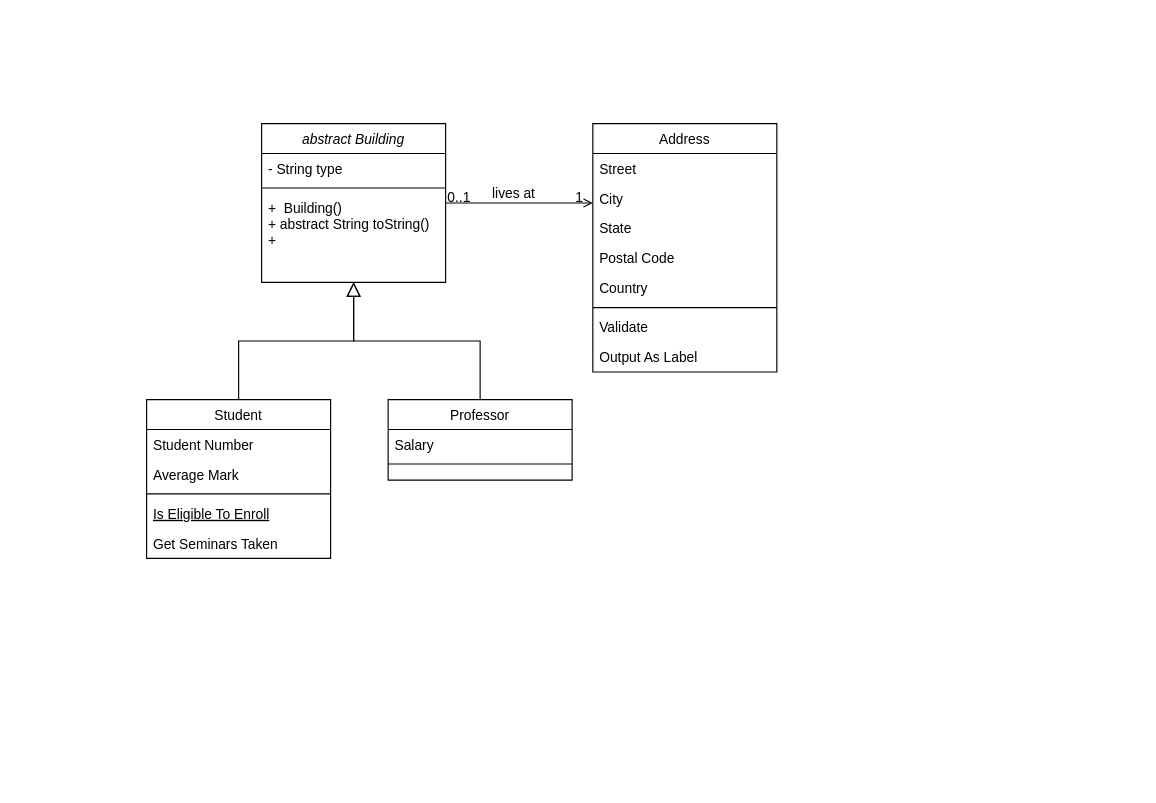
This is APT.drawio from Srujan560/temo, a draw.io file, before an edit. Source tidied: cells renumbered, new cells numbered last; positions are measured from the earlier drawing's top-left corner, leaving out a move shared by most shapes. Both pictures are drawn from the tidied source at 115%, with x=0, y=0 at pixel (146, 123).
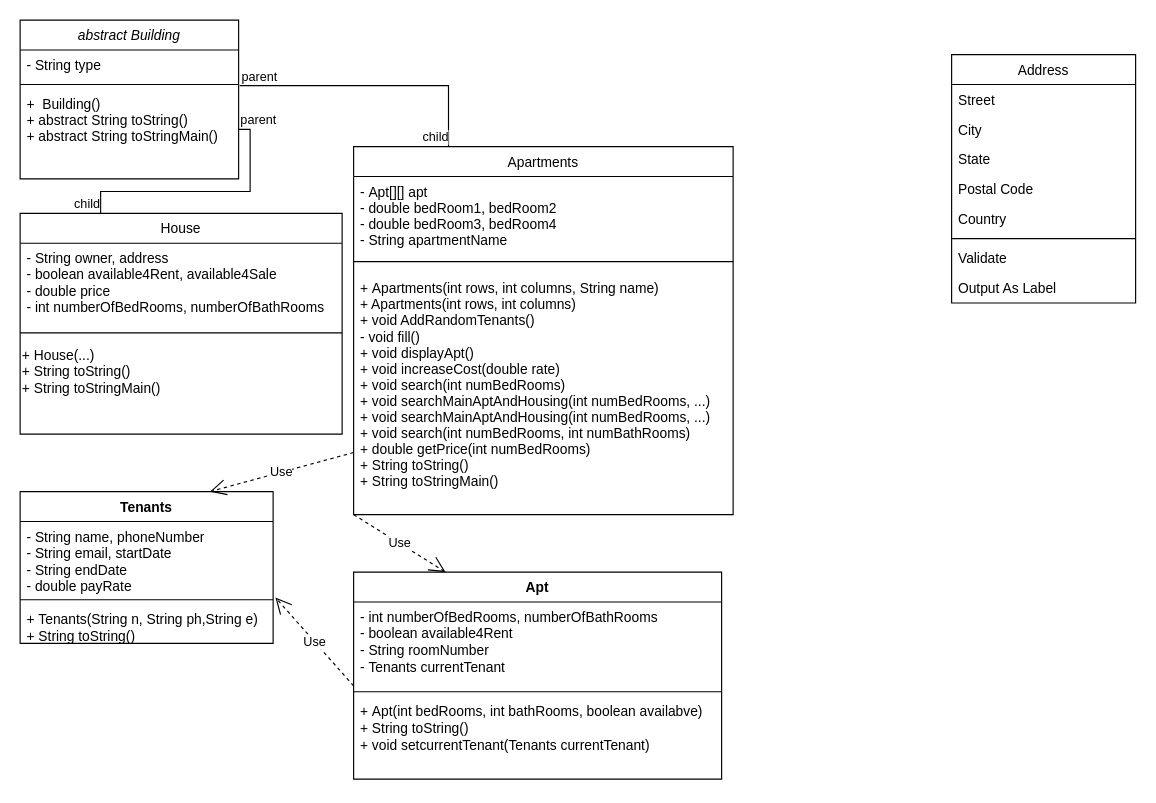
Above is the later version.

What changed in the source:
```diff
@@
     <mxCell id="2" value="abstract Building" style="swimlane;fontStyle=2;align=center;verticalAlign=top;horizontal=1;startSize=26;rounded=0;shadow=0;strokeWidth=1;" parent="1" vertex="1">
-      <mxGeometry x="100" width="160" height="138" as="geometry" />
+      <mxGeometry x="-110" y="-90" width="190" height="138" as="geometry" />
     </mxCell>
     <mxCell id="3" value="- String type" style="text;align=left;verticalAlign=top;spacingLeft=4;spacingRight=4;overflow=hidden;" parent="2" vertex="1">
-      <mxGeometry y="26" width="160" height="26" as="geometry" />
+      <mxGeometry y="26" width="190" height="26" as="geometry" />
     </mxCell>
     <mxCell id="4" style="line;html=1;strokeWidth=1;align=left;verticalAlign=middle;spacingTop=-1;spacingLeft=3;spacingRight=3;labelPosition=right;" parent="2" vertex="1">
-      <mxGeometry y="52" width="160" height="8" as="geometry" />
+      <mxGeometry y="52" width="190" height="8" as="geometry" />
     </mxCell>
-    <mxCell id="5" value="+  Building()&#10;+ abstract String toString()&#10;+ " style="text;align=left;verticalAlign=top;spacingLeft=4;spacingRight=4;overflow=hidden;points=[[0,0.5],[1,0.5]];portConstraint=eastwest;" parent="2" vertex="1">
-      <mxGeometry y="60" width="160" height="70" as="geometry" />
+    <mxCell id="5" value="+  Building()&#10;+ abstract String toString()&#10;+ abstract String toStringMain()" style="text;align=left;verticalAlign=top;spacingLeft=4;spacingRight=4;overflow=hidden;points=[[0,0.5],[1,0.5]];portConstraint=eastwest;" parent="2" vertex="1">
+      <mxGeometry y="60" width="190" height="70" as="geometry" />
     </mxCell>
-    <mxCell id="6" value="Student" style="swimlane;fontStyle=0;align=center;verticalAlign=top;horizontal=1;startSize=26;rounded=0;shadow=0;strokeWidth=1;" parent="1" vertex="1">
-      <mxGeometry y="240" width="160" height="138" as="geometry" />
+    <mxCell id="6" value="Apartments" style="swimlane;fontStyle=0;align=center;verticalAlign=top;horizontal=1;startSize=26;rounded=0;shadow=0;strokeWidth=1;" parent="1" vertex="1">
+      <mxGeometry x="180" y="20" width="330" height="320" as="geometry" />
     </mxCell>
-    <mxCell id="7" value="Student Number" style="text;align=left;verticalAlign=top;spacingLeft=4;spacingRight=4;overflow=hidden;" parent="6" vertex="1">
-      <mxGeometry y="26" width="160" height="26" as="geometry" />
+    <mxCell id="7" value="- Apt[][] apt&#10;- double bedRoom1, bedRoom2&#10;- double bedRoom3, bedRoom4&#10;- String apartmentName" style="text;align=left;verticalAlign=top;spacingLeft=4;spacingRight=4;overflow=hidden;" parent="6" vertex="1">
+      <mxGeometry y="26" width="330" height="64" as="geometry" />
     </mxCell>
-    <mxCell id="8" value="Average Mark" style="text;align=left;verticalAlign=top;spacingLeft=4;spacingRight=4;overflow=hidden;rounded=0;shadow=0;html=0;" parent="6" vertex="1">
-      <mxGeometry y="52" width="160" height="26" as="geometry" />
-    </mxCell>
     <mxCell id="9" style="line;html=1;strokeWidth=1;align=left;verticalAlign=middle;spacingTop=-1;spacingLeft=3;spacingRight=3;labelPosition=right;" parent="6" vertex="1">
-      <mxGeometry y="78" width="160" height="8" as="geometry" />
+      <mxGeometry y="90" width="330" height="20" as="geometry" />
     </mxCell>
-    <mxCell id="10" value="Is Eligible To Enroll" style="text;align=left;verticalAlign=top;spacingLeft=4;spacingRight=4;overflow=hidden;fontStyle=4;" parent="6" vertex="1">
-      <mxGeometry y="86" width="160" height="26" as="geometry" />
-    </mxCell>
-    <mxCell id="11" value="Get Seminars Taken" style="text;align=left;verticalAlign=top;spacingLeft=4;spacingRight=4;overflow=hidden;points=[[0,0.5],[1,0.5]];portConstraint=eastwest;" parent="6" vertex="1">
-      <mxGeometry y="112" width="160" height="26" as="geometry" />
+    <mxCell id="11" value="+ Apartments(int rows, int columns, String name)&#10;+ Apartments(int rows, int columns)&#10;+ void AddRandomTenants()&#10;- void fill()&#10;+ void displayApt()&#10;+ void increaseCost(double rate)&#10;+ void search(int numBedRooms)&#10;+ void searchMainAptAndHousing(int numBedRooms, ...)&#10;+ void searchMainAptAndHousing(int numBedRooms, ...)&#10;+ void search(int numBedRooms, int numBathRooms)&#10;+ double getPrice(int numBedRooms)&#10;+ String toString()&#10;+ String toStringMain()" style="text;align=left;verticalAlign=top;spacingLeft=4;spacingRight=4;overflow=hidden;points=[[0,0.5],[1,0.5]];portConstraint=eastwest;" parent="6" vertex="1">
+      <mxGeometry y="110" width="330" height="200" as="geometry" />
     </mxCell>
-    <mxCell id="12" style="endArrow=block;endSize=10;endFill=0;shadow=0;strokeWidth=1;rounded=0;edgeStyle=elbowEdgeStyle;elbow=vertical;" parent="1" edge="1" source="6" target="2">
-      <mxGeometry relative="1" as="geometry" />
-    </mxCell>
-    <mxCell id="13" value="Professor" style="swimlane;fontStyle=0;align=center;verticalAlign=top;horizontal=1;startSize=26;rounded=0;shadow=0;strokeWidth=1;" parent="1" vertex="1">
-      <mxGeometry x="210" y="240" width="160" height="70" as="geometry" />
+    <mxCell id="13" value="House" style="swimlane;fontStyle=0;align=center;verticalAlign=top;horizontal=1;startSize=26;rounded=0;shadow=0;strokeWidth=1;" parent="1" vertex="1">
+      <mxGeometry x="-110" y="78" width="280" height="192" as="geometry" />
     </mxCell>
-    <mxCell id="14" value="Salary" style="text;align=left;verticalAlign=top;spacingLeft=4;spacingRight=4;overflow=hidden;" parent="13" vertex="1">
-      <mxGeometry y="26" width="160" height="26" as="geometry" />
+    <mxCell id="14" value="- String owner, address&#10;- boolean available4Rent, available4Sale&#10;- double price&#10;- int numberOfBedRooms, numberOfBathRooms" style="text;align=left;verticalAlign=top;spacingLeft=4;spacingRight=4;overflow=hidden;" parent="13" vertex="1">
+      <mxGeometry y="26" width="280" height="74" as="geometry" />
     </mxCell>
     <mxCell id="15" style="line;html=1;strokeWidth=1;align=left;verticalAlign=middle;spacingTop=-1;spacingLeft=3;spacingRight=3;labelPosition=right;" parent="13" vertex="1">
-      <mxGeometry y="52" width="160" height="8" as="geometry" />
+      <mxGeometry y="100" width="280" height="8" as="geometry" />
     </mxCell>
-    <mxCell id="16" style="endArrow=block;endSize=10;endFill=0;shadow=0;strokeWidth=1;rounded=0;edgeStyle=elbowEdgeStyle;elbow=vertical;" parent="1" edge="1" source="13" target="2">
-      <mxGeometry relative="1" as="geometry" />
-    </mxCell>
+    <mxCell id="30" value="+ House(...)&lt;br&gt;+ String toString()&lt;br&gt;+&amp;nbsp;String toStringMain()" style="text;html=1;align=left;verticalAlign=middle;strokeColor=none;fillColor=none;" parent="13" vertex="1">
+      <mxGeometry y="108" width="280" height="60" as="geometry" />
+    </mxCell>
     <mxCell id="17" value="Address" style="swimlane;fontStyle=0;align=center;verticalAlign=top;horizontal=1;startSize=26;rounded=0;shadow=0;strokeWidth=1;" parent="1" vertex="1">
-      <mxGeometry x="388" width="160" height="216" as="geometry" />
+      <mxGeometry x="700" y="-60" width="160" height="216" as="geometry" />
     </mxCell>
@@
-    <mxCell id="26" style="endArrow=open;shadow=0;strokeWidth=1;rounded=0;endFill=1;edgeStyle=elbowEdgeStyle;elbow=vertical;" parent="1" edge="1" source="2" target="17">
-      <mxGeometry x="0.5" y="41" relative="1" as="geometry">
-        <mxPoint x="-40" y="32" as="offset" />
-      </mxGeometry>
-    </mxCell>
-    <mxCell id="27" value="0..1" style="align=left;verticalAlign=bottom;labelBackgroundColor=none;fontSize=12;" parent="26" vertex="1">
-      <mxGeometry x="-1" relative="1" as="geometry">
-        <mxPoint y="4" as="offset" />
-      </mxGeometry>
-    </mxCell>
-    <mxCell id="28" value="1" style="align=right;verticalAlign=bottom;labelBackgroundColor=none;fontSize=12;" parent="26" vertex="1">
-      <mxGeometry x="1" relative="1" as="geometry">
-        <mxPoint x="-7" y="4" as="offset" />
-      </mxGeometry>
-    </mxCell>
-    <mxCell id="29" value="lives at" style="text;html=1;align=center;verticalAlign=middle;labelBackgroundColor=none;rounded=0;shadow=0;strokeWidth=1;fontSize=12;" parent="26" vertex="1">
-      <mxGeometry x="0.5" y="49" relative="1" as="geometry">
-        <mxPoint x="-38" y="40" as="offset" />
-      </mxGeometry>
-    </mxCell>
+    <mxCell id="31" style="endArrow=none;html=1;edgeStyle=orthogonalEdgeStyle;rounded=0;entryX=0.25;entryY=0;entryDx=0;entryDy=0;exitX=1.005;exitY=-0.043;exitDx=0;exitDy=0;exitPerimeter=0;" parent="1" edge="1" source="5" target="6">
+      <mxGeometry relative="1" as="geometry" />
+    </mxCell>
+    <mxCell id="32" value="parent" style="edgeLabel;html=1;align=left;verticalAlign=bottom;" parent="31" vertex="1">
+      <mxGeometry x="-1" relative="1" as="geometry" />
+    </mxCell>
+    <mxCell id="33" value="child" style="edgeLabel;html=1;align=right;verticalAlign=bottom;" parent="31" vertex="1">
+      <mxGeometry x="1" relative="1" as="geometry" />
+    </mxCell>
+    <mxCell id="34" style="endArrow=none;html=1;edgeStyle=orthogonalEdgeStyle;rounded=0;entryX=0.25;entryY=0;entryDx=0;entryDy=0;exitX=1;exitY=0.5;exitDx=0;exitDy=0;" parent="1" edge="1" source="5" target="13">
+      <mxGeometry relative="1" as="geometry" />
+    </mxCell>
+    <mxCell id="35" value="parent" style="edgeLabel;html=1;align=left;verticalAlign=bottom;" parent="34" vertex="1">
+      <mxGeometry x="-1" relative="1" as="geometry" />
+    </mxCell>
+    <mxCell id="36" value="child" style="edgeLabel;html=1;align=right;verticalAlign=bottom;" parent="34" vertex="1">
+      <mxGeometry x="1" relative="1" as="geometry" />
+    </mxCell>
+    <mxCell id="37" value="Apt" style="swimlane;fontStyle=1;align=center;verticalAlign=top;horizontal=1;startSize=26;whiteSpace=wrap;html=1;" parent="1" vertex="1">
+      <mxGeometry x="180" y="390" width="320" height="180" as="geometry" />
+    </mxCell>
+    <mxCell id="38" value="- int numberOfBedRooms, numberOfBathRooms&lt;br&gt;-&amp;nbsp;boolean available4Rent&lt;br&gt;-&amp;nbsp;String roomNumber&lt;br&gt;-&amp;nbsp;Tenants currentTenant" style="text;strokeColor=none;fillColor=none;align=left;verticalAlign=top;spacingLeft=4;spacingRight=4;overflow=hidden;points=[[0,0.5],[1,0.5]];portConstraint=eastwest;whiteSpace=wrap;html=1;" parent="37" vertex="1">
+      <mxGeometry y="26" width="320" height="74" as="geometry" />
+    </mxCell>
+    <mxCell id="39" style="line;strokeWidth=1;fillColor=none;align=left;verticalAlign=middle;spacingTop=-1;spacingLeft=3;spacingRight=3;labelPosition=right;strokeColor=inherit;" parent="37" vertex="1">
+      <mxGeometry y="100" width="320" height="8" as="geometry" />
+    </mxCell>
+    <mxCell id="40" value="+&amp;nbsp;Apt(int bedRooms, int bathRooms, boolean availabve)&lt;br&gt;+&amp;nbsp;String toString()&lt;br&gt;+&amp;nbsp;void setcurrentTenant(Tenants currentTenant)" style="text;strokeColor=none;fillColor=none;align=left;verticalAlign=top;spacingLeft=4;spacingRight=4;overflow=hidden;whiteSpace=wrap;html=1;" parent="37" vertex="1">
+      <mxGeometry y="108" width="320" height="72" as="geometry" />
+    </mxCell>
+    <mxCell id="41" value="Use" style="endArrow=open;endSize=12;dashed=1;html=1;rounded=0;exitX=0;exitY=1;exitDx=0;exitDy=0;entryX=0.25;entryY=0;entryDx=0;entryDy=0;" parent="1" edge="1" source="6" target="37">
+      <mxGeometry relative="1" as="geometry" />
+    </mxCell>
+    <mxCell id="42" value="Tenants" style="swimlane;fontStyle=1;align=center;verticalAlign=top;horizontal=1;startSize=26;whiteSpace=wrap;html=1;" parent="1" vertex="1">
+      <mxGeometry x="-110" y="320" width="220" height="132" as="geometry" />
+    </mxCell>
+    <mxCell id="43" value="-&amp;nbsp;String name, phoneNumber&lt;br&gt;- String&amp;nbsp;email, startDate&lt;br&gt;- String endDate&lt;br&gt;- double payRate" style="text;strokeColor=none;fillColor=none;align=left;verticalAlign=top;spacingLeft=4;spacingRight=4;overflow=hidden;whiteSpace=wrap;html=1;" parent="42" vertex="1">
+      <mxGeometry y="26" width="220" height="64" as="geometry" />
+    </mxCell>
+    <mxCell id="44" style="line;strokeWidth=1;fillColor=none;align=left;verticalAlign=middle;spacingTop=-1;spacingLeft=3;spacingRight=3;labelPosition=right;strokeColor=inherit;" parent="42" vertex="1">
+      <mxGeometry y="90" width="220" height="8" as="geometry" />
+    </mxCell>
+    <mxCell id="45" value="+&amp;nbsp;Tenants(String n, String ph,String e)&lt;br&gt;+&amp;nbsp;String toString()" style="text;strokeColor=none;fillColor=none;align=left;verticalAlign=top;spacingLeft=4;spacingRight=4;overflow=hidden;points=[[0,0.5],[1,0.5]];portConstraint=eastwest;whiteSpace=wrap;html=1;" parent="42" vertex="1">
+      <mxGeometry y="98" width="220" height="34" as="geometry" />
+    </mxCell>
+    <mxCell id="46" value="Use" style="endArrow=open;endSize=12;dashed=1;html=1;rounded=0;entryX=0.75;entryY=0;entryDx=0;entryDy=0;exitX=0;exitY=0.78;exitDx=0;exitDy=0;exitPerimeter=0;" parent="1" edge="1" source="11" target="42">
+      <mxGeometry relative="1" as="geometry" />
+    </mxCell>
+    <mxCell id="47" value="Use" style="endArrow=open;endSize=12;dashed=1;html=1;rounded=0;entryX=1.009;entryY=-0.176;entryDx=0;entryDy=0;entryPerimeter=0;exitX=0;exitY=0.986;exitDx=0;exitDy=0;exitPerimeter=0;" parent="1" edge="1" source="38" target="45">
+      <mxGeometry relative="1" as="geometry" />
+    </mxCell>
```
